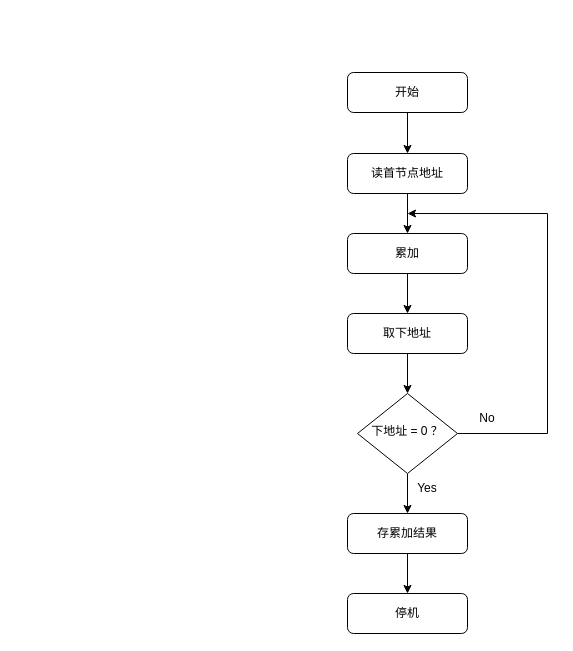
Before: toHandOn/二级拓展指令流程图.drawio in ShiaoYoung/Computer_Composition_Experiment, a draw.io diagram. Source tidied: cells renumbered, new cells numbered last; positions are measured from the earlier drawing's top-left corner, leaving out a move shared by most shapes. Both pictures are drawn from the tidied source at 100%, with x=0, y=0 at pixel (347, 72).
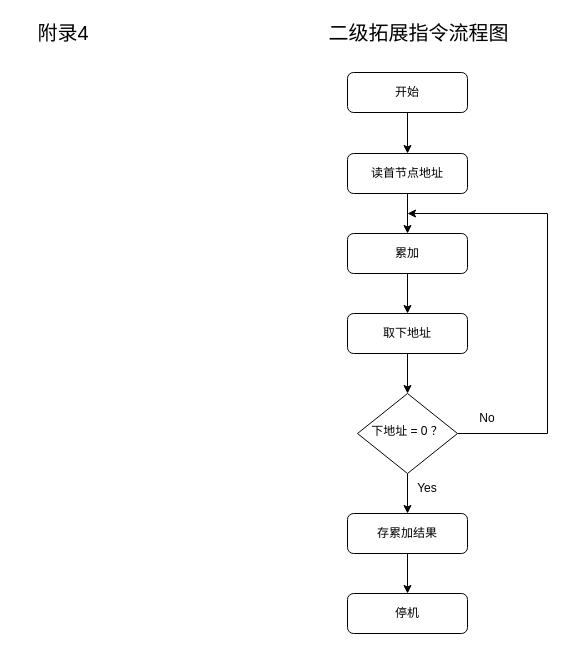
The same diagram, later.

Commit message (it also covers changes not shown here):
更新二级拓展指令流程图.drawio

Change to the diagram source:
```diff
@@
+    <mxCell id="18" value="&lt;font style=&quot;font-size: 20px;&quot;&gt;附录4&lt;/font&gt;" style="text;html=1;align=center;verticalAlign=middle;whiteSpace=wrap;rounded=0;" parent="1" vertex="1">
+      <mxGeometry x="-330" y="-55" width="92" height="30" as="geometry" />
+    </mxCell>
+    <mxCell id="19" value="&lt;span style=&quot;font-size: 20px;&quot;&gt;二级拓展指令流程图&lt;/span&gt;" style="text;html=1;align=center;verticalAlign=middle;whiteSpace=wrap;rounded=0;" parent="1" vertex="1">
+      <mxGeometry x="-49" y="-55" width="241" height="30" as="geometry" />
+    </mxCell>
```
